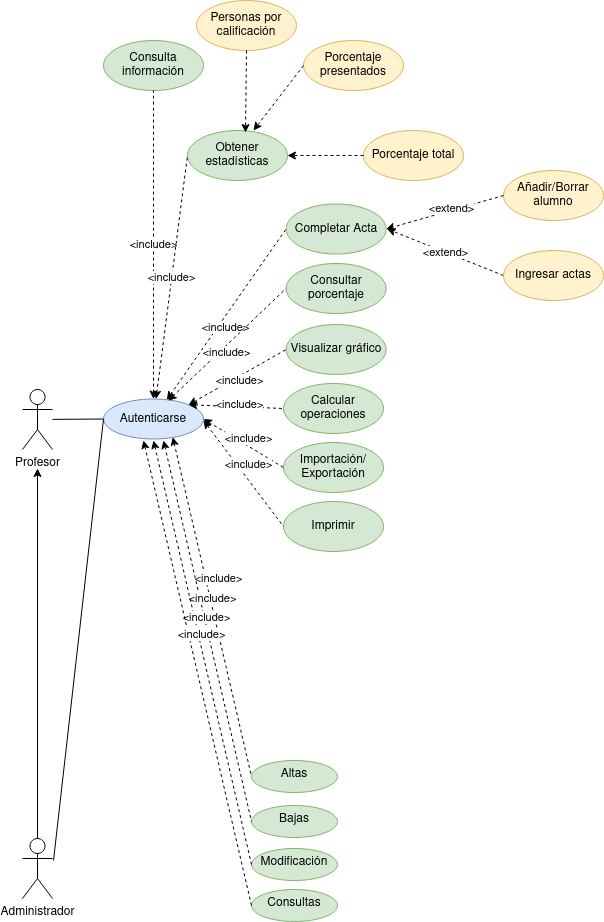
colidom/ets keeps this draw.io diagram as Tareas/casosUso/Tarea6-Gestión Profesores/img/GestionProfesores.drawio.png. Above is the earlier version. Source tidied: cells renumbered, new cells last; positions are measured from the earlier drawing's top-left corner, leaving out a move shared by most shapes.
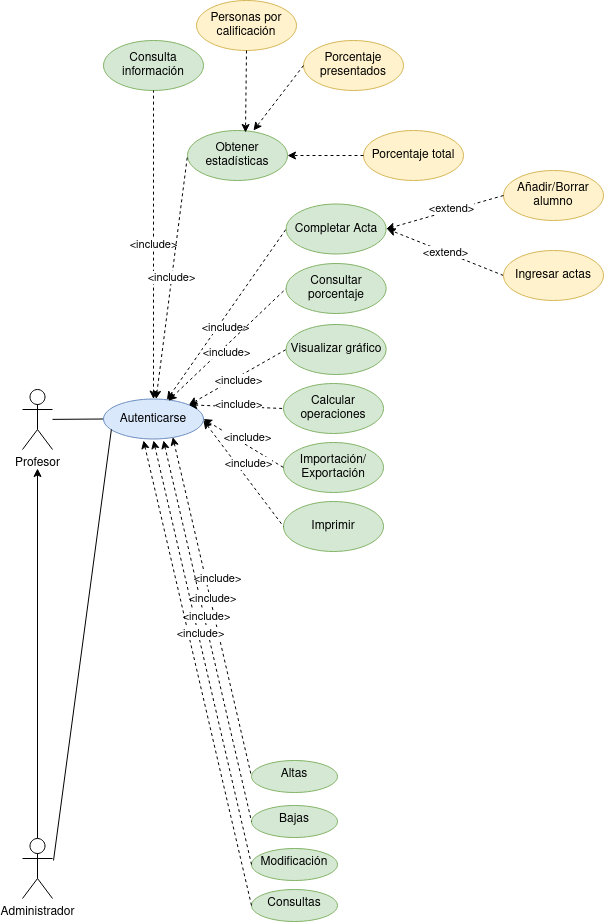
After the change.

Change to the diagram source:
```diff
@@ -148,7 +148,7 @@
     <mxCell id="43" value="Consultas" style="ellipse;whiteSpace=wrap;html=1;verticalAlign=top;fillColor=#d5e8d4;strokeColor=#82b366;" parent="1" vertex="1">
       <mxGeometry x="229" y="889" width="86" height="32" as="geometry" />
     </mxCell>
-    <mxCell id="44" style="edgeStyle=none;rounded=0;jettySize=auto;html=1;startArrow=none;startFill=0;endArrow=none;endFill=0;entryX=0;entryY=0.5;entryDx=0;entryDy=0;" parent="1" edge="1" target="10">
+    <mxCell id="44" style="edgeStyle=none;rounded=0;jettySize=auto;html=1;startArrow=none;startFill=0;endArrow=none;endFill=0;entryX=0.079;entryY=0.76;entryDx=0;entryDy=0;entryPerimeter=0;" parent="1" edge="1" target="10">
       <mxGeometry relative="1" as="geometry">
         <mxPoint x="31" y="860" as="sourcePoint" />
       </mxGeometry>
```
